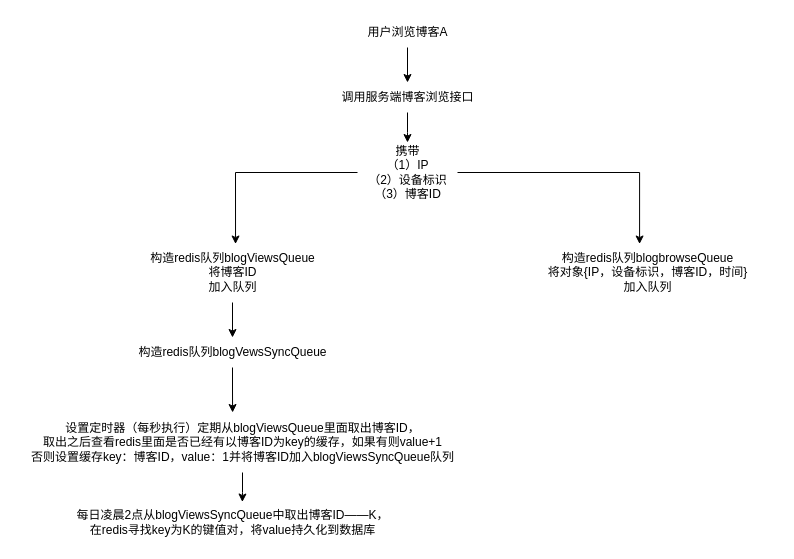
The draw.io diagram 博客浏览数据高并发统计模型.drawio in red-fox-yj/draw.io, before the edit. Source tidied: cells renumbered, new cells numbered last; positions are measured from the earlier drawing's top-left corner, leaving out a move shared by most shapes. Both pictures are drawn from the tidied source at 100%, with x=0, y=0 at pixel (17, 17).
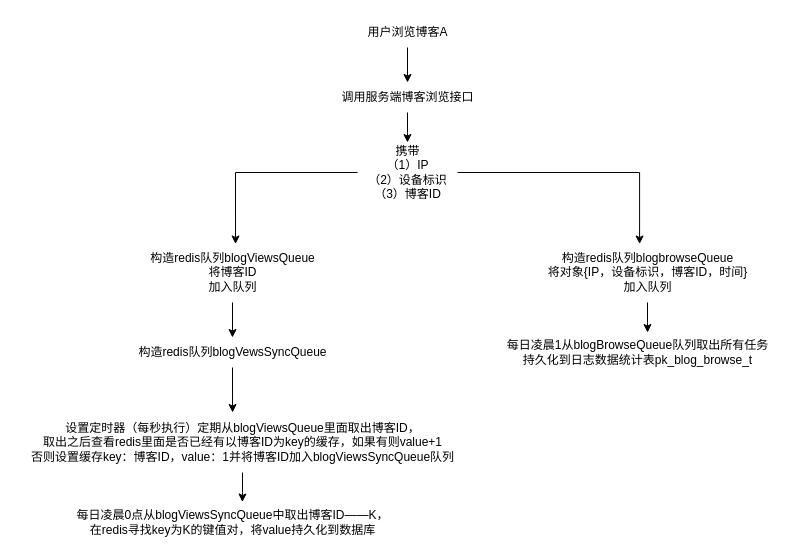
After the change.

Commit message (it also covers changes not shown here):
更新博客浏览数据高并发统计模型.drawio

Change to the diagram source:
```diff
@@
 <mxGraphModel>
   <root>
     <mxCell id="0" />
     <mxCell id="1" parent="0" />
     <mxCell id="2" style="edgeStyle=orthogonalEdgeStyle;rounded=0;jettySize=auto;html=1;" parent="1" edge="1" source="3" target="5">
       <mxGeometry relative="1" as="geometry" />
     </mxCell>
     <mxCell id="3" value="用户浏览博客A" style="text;html=1;align=center;verticalAlign=middle;points=[];strokeColor=none;fillColor=none;" parent="1" vertex="1">
       <mxGeometry x="340" width="100" height="30" as="geometry" />
     </mxCell>
     <mxCell id="4" style="edgeStyle=orthogonalEdgeStyle;rounded=0;jettySize=auto;html=1;" parent="1" edge="1" source="5">
       <mxGeometry relative="1" as="geometry">
         <mxPoint x="390" y="125" as="targetPoint" />
       </mxGeometry>
     </mxCell>
     <mxCell id="5" value="调用服务端博客浏览接口" style="text;html=1;align=center;verticalAlign=middle;points=[];strokeColor=none;fillColor=none;" parent="1" vertex="1">
       <mxGeometry x="310" y="65" width="160" height="30" as="geometry" />
     </mxCell>
     <mxCell id="6" style="edgeStyle=orthogonalEdgeStyle;rounded=0;jettySize=auto;html=1;entryX=0.516;entryY=0.025;entryDx=0;entryDy=0;entryPerimeter=0;" parent="1" edge="1" source="8" target="10">
       <mxGeometry relative="1" as="geometry" />
     </mxCell>
     <mxCell id="7" style="edgeStyle=orthogonalEdgeStyle;rounded=0;jettySize=auto;html=1;entryX=0.464;entryY=0.025;entryDx=0;entryDy=0;entryPerimeter=0;" parent="1" edge="1" source="8" target="16">
       <mxGeometry relative="1" as="geometry" />
     </mxCell>
     <mxCell id="8" value="携带&lt;br&gt;（1）IP&lt;br&gt;（2）设备标识&lt;br&gt;（3）博客ID" style="text;html=1;align=center;verticalAlign=middle;points=[];strokeColor=none;fillColor=none;" parent="1" vertex="1">
       <mxGeometry x="340" y="120" width="100" height="70" as="geometry" />
     </mxCell>
     <mxCell id="9" style="edgeStyle=orthogonalEdgeStyle;rounded=0;jettySize=auto;html=1;" parent="1" edge="1" source="10" target="14">
       <mxGeometry relative="1" as="geometry" />
     </mxCell>
     <mxCell id="10" value="构造redis队列blogViewsQueue&lt;br&gt;将博客ID&lt;br&gt;加入队列" style="text;html=1;align=center;verticalAlign=middle;points=[];strokeColor=none;fillColor=none;" parent="1" vertex="1">
       <mxGeometry x="120" y="225" width="190" height="60" as="geometry" />
     </mxCell>
     <mxCell id="11" style="edgeStyle=orthogonalEdgeStyle;rounded=0;jettySize=auto;html=1;entryX=0.529;entryY=-0.012;entryDx=0;entryDy=0;entryPerimeter=0;" parent="1" edge="1" source="12" target="15">
       <mxGeometry relative="1" as="geometry" />
     </mxCell>
     <mxCell id="12" value="设置定时器（每秒执行）定期从blogViewsQueue里面取出博客ID，&lt;br&gt;取出之后查看redis里面是否已经有以博客ID为key的缓存，如果有则value+1&lt;br&gt;否则设置缓存key：博客ID，value：1并将博客ID加入blogViewsSyncQueue队列" style="text;html=1;align=center;verticalAlign=middle;points=[];strokeColor=none;fillColor=none;" parent="1" vertex="1">
       <mxGeometry y="395" width="450" height="60" as="geometry" />
     </mxCell>
     <mxCell id="13" style="edgeStyle=orthogonalEdgeStyle;rounded=0;jettySize=auto;html=1;entryX=0.478;entryY=0;entryDx=0;entryDy=0;entryPerimeter=0;" parent="1" edge="1" source="14" target="12">
       <mxGeometry relative="1" as="geometry" />
     </mxCell>
     <mxCell id="14" value="构造redis队列blogVewsSyncQueue" style="text;html=1;align=center;verticalAlign=middle;points=[];strokeColor=none;fillColor=none;" parent="1" vertex="1">
       <mxGeometry x="110" y="320" width="210" height="30" as="geometry" />
     </mxCell>
-    <mxCell id="15" value="每日凌晨2点从blogViewsSyncQueue中取出博客ID——K，&lt;br&gt;在redis寻找key为K的键值对，将value持久化到数据库" style="text;html=1;align=center;verticalAlign=middle;points=[];strokeColor=none;fillColor=none;" parent="1" vertex="1">
+    <mxCell id="15" value="每日凌晨0点从blogViewsSyncQueue中取出博客ID——K，&lt;br&gt;在redis寻找key为K的键值对，将value持久化到数据库" style="text;html=1;align=center;verticalAlign=middle;points=[];strokeColor=none;fillColor=none;" parent="1" vertex="1">
       <mxGeometry x="45" y="485" width="340" height="40" as="geometry" />
     </mxCell>
+    <mxCell id="17" style="edgeStyle=orthogonalEdgeStyle;rounded=0;jettySize=auto;html=1;entryX=0.536;entryY=0;entryDx=0;entryDy=0;entryPerimeter=0;" parent="1" edge="1" source="16" target="18">
+      <mxGeometry relative="1" as="geometry" />
+    </mxCell>
     <mxCell id="16" value="构造redis队列blogbrowseQueue&lt;br style=&quot;border-color: var(--border-color);&quot;&gt;将对象{IP，设备标识，博客ID，时间}&lt;br style=&quot;border-color: var(--border-color);&quot;&gt;加入队列" style="text;html=1;align=center;verticalAlign=middle;points=[];strokeColor=none;fillColor=none;" parent="1" vertex="1">
       <mxGeometry x="520" y="225" width="220" height="60" as="geometry" />
     </mxCell>
+    <mxCell id="18" value="每日凌晨1从blogBrowseQueue队列取出所有任务&lt;br&gt;持久化到日志数据统计表pk_blog_browse_t" style="text;html=1;align=center;verticalAlign=middle;points=[];strokeColor=none;fillColor=none;" parent="1" vertex="1">
+      <mxGeometry x="480" y="315" width="280" height="40" as="geometry" />
+    </mxCell>
   </root>
 </mxGraphModel>
```
